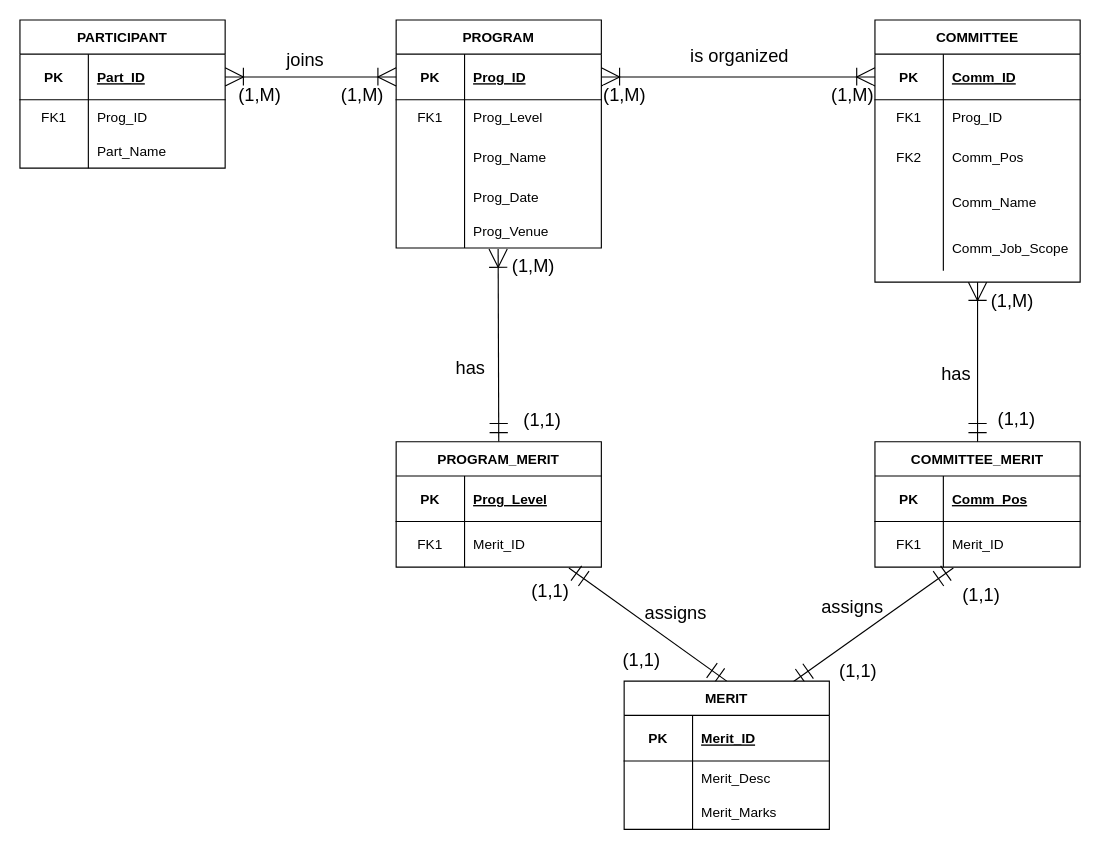
jianqi02/ERD keeps this draw.io diagram as updated erd.drawio. Above is the earlier version. Source tidied: cells renumbered, new cells numbered last; positions are measured from the earlier drawing's top-left corner, leaving out a move shared by most shapes. Both pictures are drawn from the tidied source at 114%, with x=0, y=0 at pixel (19, 19).
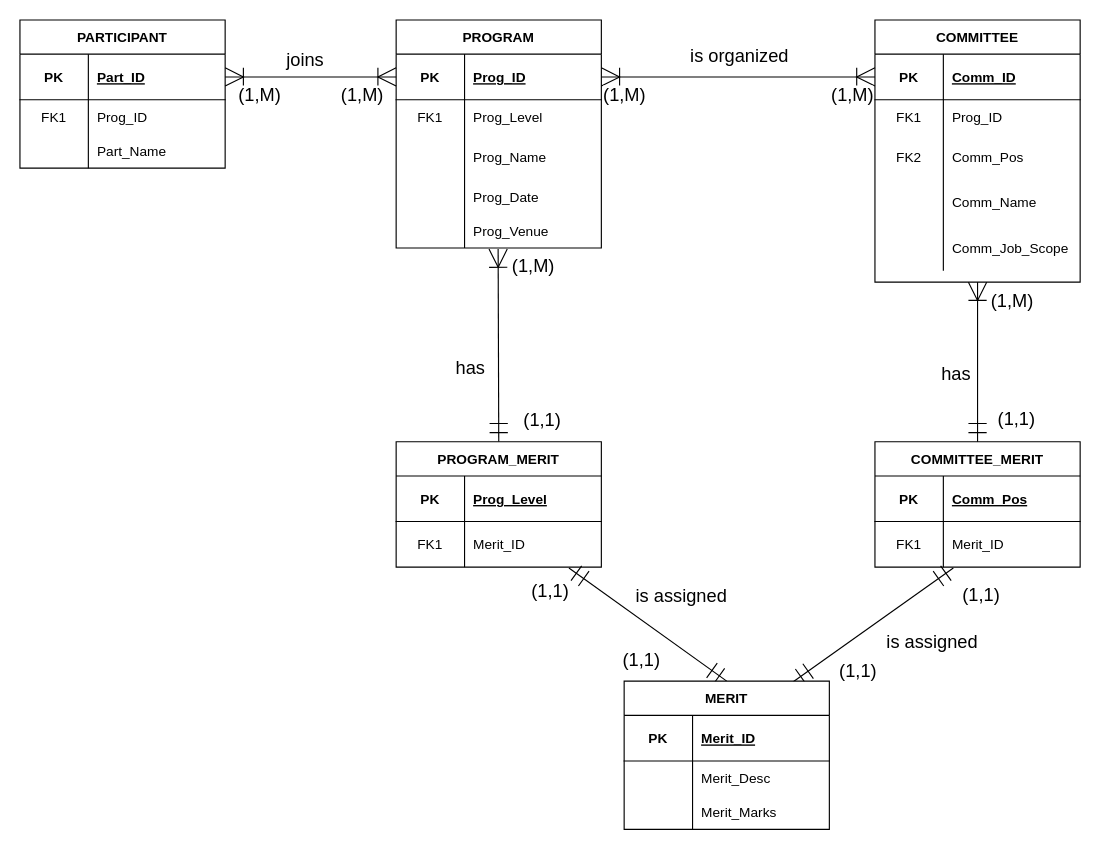
After the change.

What changed in the source:
```diff
@@
-    <mxCell id="78" value="assigns" style="text;html=1;align=center;verticalAlign=middle;strokeColor=none;fillColor=none;fontSize=16;" parent="1" vertex="1">
-      <mxGeometry x="535" y="505" width="80" height="30" as="geometry" />
+    <mxCell id="78" value="is assigned" style="text;html=1;align=center;verticalAlign=middle;strokeColor=none;fillColor=none;fontSize=16;" parent="1" vertex="1">
+      <mxGeometry x="530" y="490" width="100" height="30" as="geometry" />
     </mxCell>
-    <mxCell id="79" value="assigns" style="text;html=1;align=center;verticalAlign=middle;strokeColor=none;fillColor=none;fontSize=16;" parent="1" vertex="1">
-      <mxGeometry x="690" y="500" width="80" height="30" as="geometry" />
+    <mxCell id="79" value="is assigned" style="text;html=1;align=center;verticalAlign=middle;strokeColor=none;fillColor=none;fontSize=16;" parent="1" vertex="1">
+      <mxGeometry x="750" y="530" width="100" height="30" as="geometry" />
     </mxCell>
```
